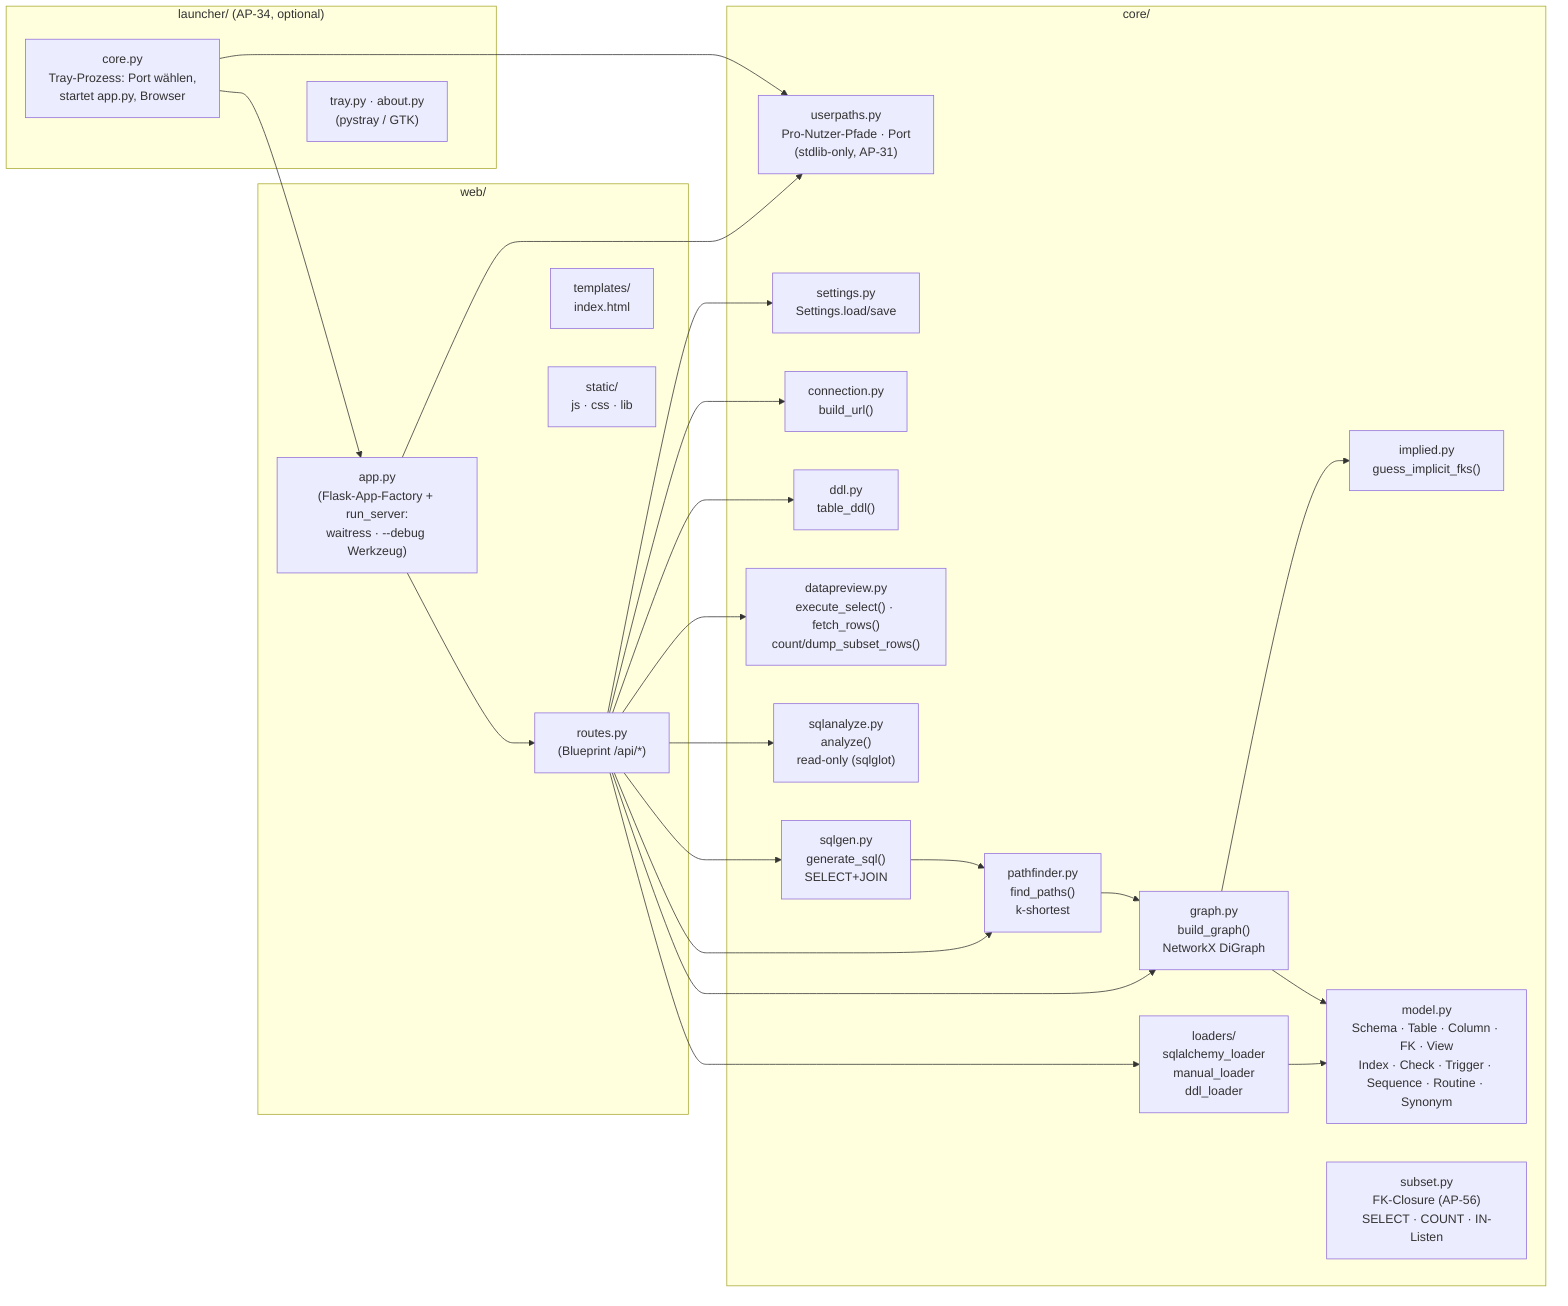
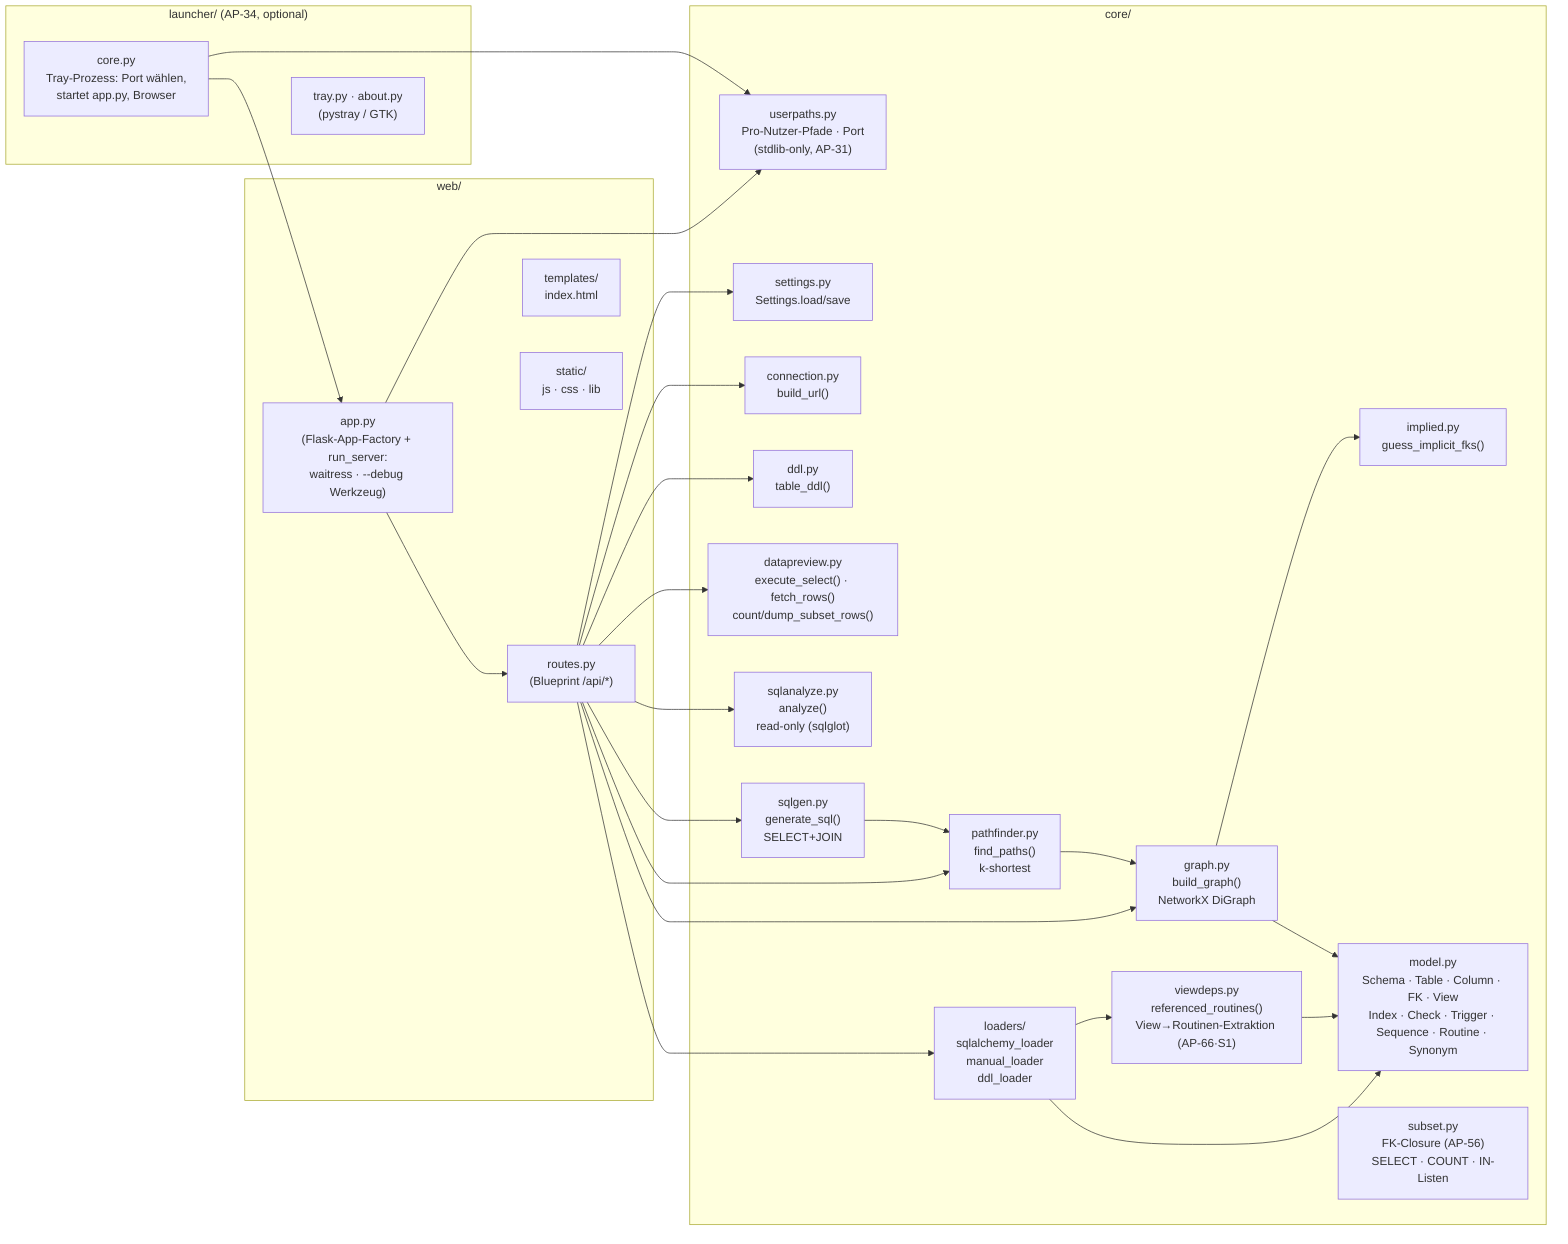
graph LR
    subgraph WEB["web/"]
        APP["app.py\n(Flask-App-Factory + run_server:\nwaitress · --debug Werkzeug)"]
        ROUTES["routes.py\n(Blueprint /api/*)"]
        TPL["templates/\nindex.html"]
        STATIC["static/\njs · css · lib"]
    end
    subgraph CORE["core/"]
        LOADER["loaders/\nsqlalchemy_loader\nmanual_loader\nddl_loader"]
        MODEL["model.py\nSchema · Table · Column · FK · View\nIndex · Check · Trigger · Sequence · Routine · Synonym"]
        GRAPH["graph.py\nbuild_graph()\nNetworkX DiGraph"]
        PF["pathfinder.py\nfind_paths()\nk-shortest"]
        SQLGEN["sqlgen.py\ngenerate_sql()\nSELECT+JOIN"]
        SQLANALYZE["sqlanalyze.py\nanalyze()\nread-only (sqlglot)"]
        IMPLIED["implied.py\nguess_implicit_fks()"]
        PREVIEW["datapreview.py\nexecute_select() · fetch_rows()\ncount/dump_subset_rows()"]
        SUBSET["subset.py\nFK-Closure (AP-56)\nSELECT · COUNT · IN-Listen"]
        DDL["ddl.py\ntable_ddl()"]
        CONN["connection.py\nbuild_url()"]
        SETTINGS["settings.py\nSettings.load/save"]
        USERPATHS["userpaths.py\nPro-Nutzer-Pfade · Port\n(stdlib-only, AP-31)"]
+         VIEWDEPS["viewdeps.py\nreferenced_routines()\nView→Routinen-Extraktion (AP-66·S1)"]
    end
    subgraph LAUNCH["launcher/ (AP-34, optional)"]
        LCORE["core.py\nTray-Prozess: Port wählen,\nstartet app.py, Browser"]
        LGUI["tray.py · about.py\n(pystray / GTK)"]
        LCORE ~~~ LGUI
    end

    APP --> ROUTES
    APP --> USERPATHS
    LCORE --> APP
    LCORE --> USERPATHS
    ROUTES --> LOADER
    ROUTES --> GRAPH
    ROUTES --> PF
    ROUTES --> SQLGEN
    ROUTES --> SQLANALYZE
    ROUTES --> PREVIEW
    ROUTES --> DDL
    ROUTES --> CONN
    ROUTES --> SETTINGS
    LOADER --> MODEL
+     LOADER --> VIEWDEPS
+     VIEWDEPS --> MODEL
    GRAPH --> MODEL
    GRAPH --> IMPLIED
    PF --> GRAPH
    SQLGEN --> PF
